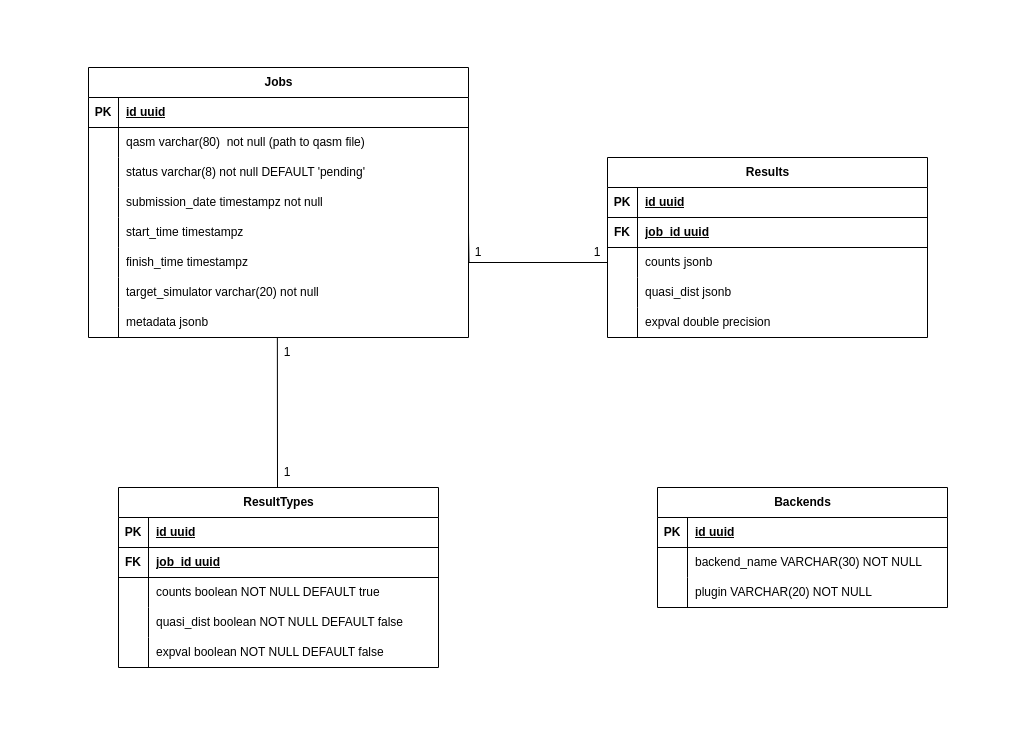
Earlier version of the draw.io diagram assets/database.drawio (Dpbm/qserver). Source tidied: cells renumbered, new cells numbered last; positions are measured from the earlier drawing's top-left corner, leaving out a move shared by most shapes. Both pictures are drawn from the tidied source at 100%, with x=0, y=0 at pixel (17, 17).
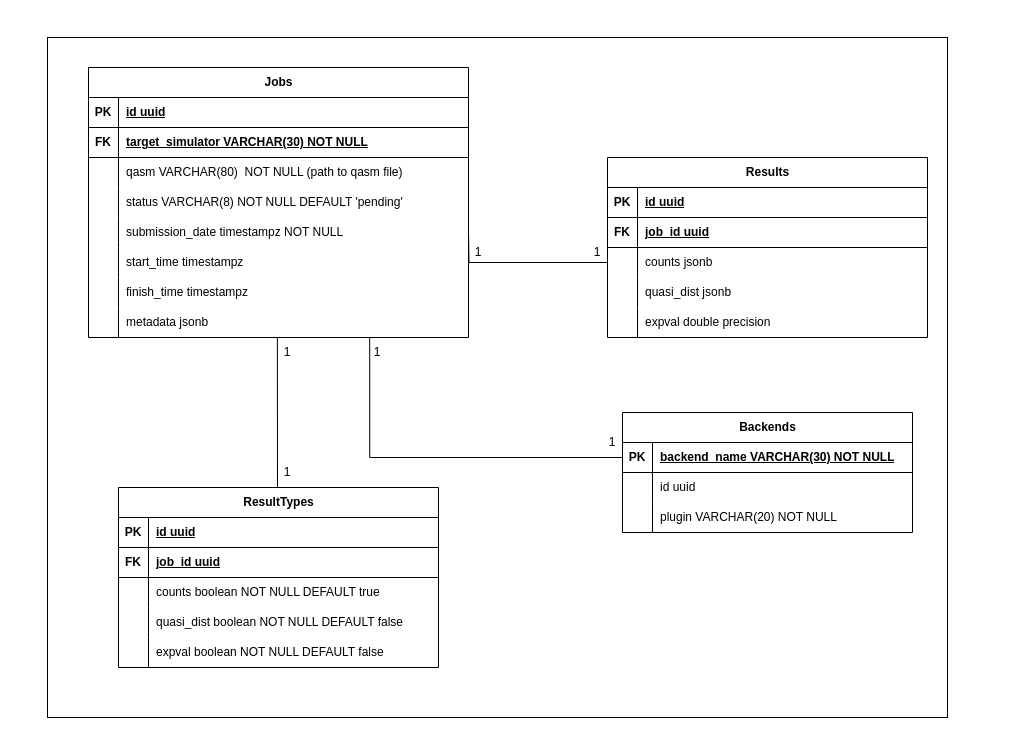
The same diagram, later.

Unchanged cells that the change refers to:
```xml
<mxCell id="3" value="Jobs" style="shape=table;startSize=30;childLayout=tableLayout;rowLines=0;fontStyle=1;align=center;html=1;" parent="1" vertex="1">
  <mxGeometry x="71" y="50" width="380" height="270" as="geometry" />
</mxCell>
<mxCell id="25" style="shape=tableRow;horizontal=0;startSize=0;swimlaneHead=0;swimlaneBody=0;fillColor=none;points=[[0,0.5],[1,0.5]];portConstraint=eastwest;top=0;left=0;right=0;bottom=0;" parent="3" vertex="1">
  <mxGeometry y="240" width="380" height="30" as="geometry" />
</mxCell>
<mxCell id="67" style="shape=tableRow;horizontal=0;startSize=0;swimlaneHead=0;swimlaneBody=0;fillColor=none;points=[[0,0.5],[1,0.5]];portConstraint=eastwest;top=0;left=0;right=0;bottom=1;" parent="66" vertex="1">
  <mxGeometry y="30" width="290" height="30" as="geometry" />
</mxCell>
<mxCell id="70" style="shape=tableRow;horizontal=0;startSize=0;swimlaneHead=0;swimlaneBody=0;fillColor=none;top=0;left=0;right=0;bottom=0;" parent="66" vertex="1">
  <mxGeometry y="60" width="290" height="30" as="geometry" />
</mxCell>
```

The edit, as a diff of the source:
```diff
@@
-    <mxCell id="2" style="rounded=0;whiteSpace=wrap;html=1;strokeColor=none;" parent="1" vertex="1">
-      <mxGeometry width="990" height="690" as="geometry" />
-    </mxCell>
+    <mxCell id="76" style="rounded=0;whiteSpace=wrap;html=1;" parent="1" vertex="1">
+      <mxGeometry x="30" y="20" width="900" height="680" as="geometry" />
+    </mxCell>
@@
+    <mxCell id="77" style="shape=tableRow;horizontal=0;startSize=0;swimlaneHead=0;swimlaneBody=0;fillColor=none;top=0;left=0;right=0;bottom=1;" parent="3" vertex="1">
+      <mxGeometry y="60" width="380" height="30" as="geometry" />
+    </mxCell>
+    <mxCell id="78" value="FK" style="shape=partialRectangle;fillColor=none;top=0;left=0;bottom=0;right=0;fontStyle=1;overflow=hidden;whiteSpace=wrap;html=1;" parent="77" vertex="1">
+      <mxGeometry width="30" height="30" as="geometry" />
+    </mxCell>
+    <mxCell id="79" value="target_simulator VARCHAR(30) NOT NULL" style="shape=partialRectangle;fillColor=none;top=0;left=0;bottom=0;right=0;align=left;spacingLeft=6;fontStyle=5;overflow=hidden;whiteSpace=wrap;html=1;" parent="77" vertex="1">
+      <mxGeometry x="30" width="350" height="30" as="geometry" />
+    </mxCell>
     <mxCell id="7" style="shape=tableRow;horizontal=0;startSize=0;swimlaneHead=0;swimlaneBody=0;fillColor=none;top=0;left=0;right=0;bottom=0;" parent="3" vertex="1">
-      <mxGeometry y="60" width="380" height="30" as="geometry" />
+      <mxGeometry y="90" width="380" height="30" as="geometry" />
     </mxCell>
@@
-    <mxCell id="9" value="qasm varchar(80)&amp;nbsp; not null (path to qasm file)&lt;span style=&quot;color: light-dark(rgb(0, 0, 0), rgb(255, 255, 255)); background-color: transparent;&quot;&gt;&amp;nbsp;&lt;/span&gt;" style="shape=partialRectangle;fillColor=none;top=0;left=0;bottom=0;right=0;align=left;spacingLeft=6;overflow=hidden;whiteSpace=wrap;html=1;" parent="7" vertex="1">
+    <mxCell id="9" value="qasm VARCHAR(80)&amp;nbsp; NOT NULL (path to qasm file)&lt;span style=&quot;color: light-dark(rgb(0, 0, 0), rgb(255, 255, 255)); background-color: transparent;&quot;&gt;&amp;nbsp;&lt;/span&gt;" style="shape=partialRectangle;fillColor=none;top=0;left=0;bottom=0;right=0;align=left;spacingLeft=6;overflow=hidden;whiteSpace=wrap;html=1;" parent="7" vertex="1">
       <mxGeometry x="30" width="350" height="30" as="geometry" />
     </mxCell>
     <mxCell id="10" style="shape=tableRow;horizontal=0;startSize=0;swimlaneHead=0;swimlaneBody=0;fillColor=none;top=0;left=0;right=0;bottom=0;" parent="3" vertex="1">
-      <mxGeometry y="90" width="380" height="30" as="geometry" />
+      <mxGeometry y="120" width="380" height="30" as="geometry" />
     </mxCell>
@@
-    <mxCell id="12" value="status varchar(8) not null DEFAULT 'pending'" style="shape=partialRectangle;fillColor=none;top=0;left=0;bottom=0;right=0;align=left;spacingLeft=6;overflow=hidden;whiteSpace=wrap;html=1;" parent="10" vertex="1">
+    <mxCell id="12" value="status VARCHAR(8) NOT NULL DEFAULT 'pending'" style="shape=partialRectangle;fillColor=none;top=0;left=0;bottom=0;right=0;align=left;spacingLeft=6;overflow=hidden;whiteSpace=wrap;html=1;" parent="10" vertex="1">
       <mxGeometry x="30" width="350" height="30" as="geometry" />
     </mxCell>
     <mxCell id="13" style="shape=tableRow;horizontal=0;startSize=0;swimlaneHead=0;swimlaneBody=0;fillColor=none;top=0;left=0;right=0;bottom=0;" parent="3" vertex="1">
-      <mxGeometry y="120" width="380" height="30" as="geometry" />
+      <mxGeometry y="150" width="380" height="30" as="geometry" />
     </mxCell>
@@
-    <mxCell id="15" value="submission_date timestampz not null" style="shape=partialRectangle;fillColor=none;top=0;left=0;bottom=0;right=0;align=left;spacingLeft=6;overflow=hidden;whiteSpace=wrap;html=1;" parent="13" vertex="1">
+    <mxCell id="15" value="submission_date timestampz NOT NULL" style="shape=partialRectangle;fillColor=none;top=0;left=0;bottom=0;right=0;align=left;spacingLeft=6;overflow=hidden;whiteSpace=wrap;html=1;" parent="13" vertex="1">
       <mxGeometry x="30" width="350" height="30" as="geometry" />
     </mxCell>
     <mxCell id="16" style="shape=tableRow;horizontal=0;startSize=0;swimlaneHead=0;swimlaneBody=0;fillColor=none;top=0;left=0;right=0;bottom=0;" parent="3" vertex="1">
-      <mxGeometry y="150" width="380" height="30" as="geometry" />
+      <mxGeometry y="180" width="380" height="30" as="geometry" />
     </mxCell>
@@
     <mxCell id="19" style="shape=tableRow;horizontal=0;startSize=0;swimlaneHead=0;swimlaneBody=0;fillColor=none;top=0;left=0;right=0;bottom=0;" parent="3" vertex="1">
-      <mxGeometry y="180" width="380" height="30" as="geometry" />
+      <mxGeometry y="210" width="380" height="30" as="geometry" />
     </mxCell>
@@
-    <mxCell id="22" style="shape=tableRow;horizontal=0;startSize=0;swimlaneHead=0;swimlaneBody=0;fillColor=none;top=0;left=0;right=0;bottom=0;" parent="3" vertex="1">
-      <mxGeometry y="210" width="380" height="30" as="geometry" />
-    </mxCell>
-    <mxCell id="23" style="shape=partialRectangle;fillColor=none;top=0;left=0;bottom=0;right=0;overflow=hidden;whiteSpace=wrap;html=1;" parent="22" vertex="1">
-      <mxGeometry width="30" height="30" as="geometry" />
-    </mxCell>
-    <mxCell id="24" value="target_simulator varchar(20) not null" style="shape=partialRectangle;fillColor=none;top=0;left=0;bottom=0;right=0;align=left;spacingLeft=6;overflow=hidden;whiteSpace=wrap;html=1;" parent="22" vertex="1">
-      <mxGeometry x="30" width="350" height="30" as="geometry" />
-    </mxCell>
@@
     <mxCell id="66" value="Backends" style="shape=table;startSize=30;childLayout=tableLayout;rowLines=0;fontStyle=1;align=center;html=1;" parent="1" vertex="1">
-      <mxGeometry x="640" y="470" width="290" height="120" as="geometry" />
+      <mxGeometry x="605" y="395" width="290" height="120" as="geometry" />
     </mxCell>
@@
-    <mxCell id="69" value="id uuid" style="shape=partialRectangle;fillColor=none;top=0;left=0;bottom=0;right=0;align=left;spacingLeft=6;fontStyle=5;overflow=hidden;whiteSpace=wrap;html=1;" parent="67" vertex="1">
+    <mxCell id="69" value="backend_name VARCHAR(30) NOT NULL" style="shape=partialRectangle;fillColor=none;top=0;left=0;bottom=0;right=0;align=left;spacingLeft=6;fontStyle=5;overflow=hidden;whiteSpace=wrap;html=1;" parent="67" vertex="1">
       <mxGeometry x="30" width="260" height="30" as="geometry" />
     </mxCell>
@@
-    <mxCell id="72" value="backend_name VARCHAR(30) NOT NULL" style="shape=partialRectangle;fillColor=none;top=0;left=0;bottom=0;right=0;align=left;spacingLeft=6;overflow=hidden;whiteSpace=wrap;html=1;" parent="70" vertex="1">
+    <mxCell id="72" value="id uuid" style="shape=partialRectangle;fillColor=none;top=0;left=0;bottom=0;right=0;align=left;spacingLeft=6;overflow=hidden;whiteSpace=wrap;html=1;" parent="70" vertex="1">
       <mxGeometry x="30" width="260" height="30" as="geometry" />
     </mxCell>
@@
+    <mxCell id="80" style="rounded=0;jettySize=auto;html=1;exitX=0;exitY=0.5;exitDx=0;exitDy=0;entryX=0.74;entryY=0.989;entryDx=0;entryDy=0;entryPerimeter=0;edgeStyle=elbowEdgeStyle;elbow=vertical;endArrow=none;startFill=0;" parent="1" edge="1" source="67" target="25">
+      <mxGeometry relative="1" as="geometry">
+        <Array as="points">
+          <mxPoint x="480" y="440" />
+        </Array>
+      </mxGeometry>
+    </mxCell>
+    <mxCell id="81" value="1" style="text;html=1;align=center;verticalAlign=middle;whiteSpace=wrap;rounded=0;" parent="1" vertex="1">
+      <mxGeometry x="350" y="320" width="20" height="30" as="geometry" />
+    </mxCell>
+    <mxCell id="82" value="1" style="text;html=1;align=center;verticalAlign=middle;whiteSpace=wrap;rounded=0;" parent="1" vertex="1">
+      <mxGeometry x="585" y="410" width="20" height="30" as="geometry" />
+    </mxCell>
```
